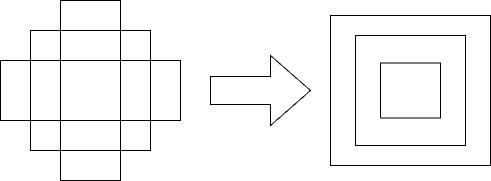
Earlier version of the draw.io export algorithm2.png (johnran103/diagrams). Source tidied: cells renumbered, new cells last; positions are measured from the earlier drawing's top-left corner, leaving out a move shared by most shapes.
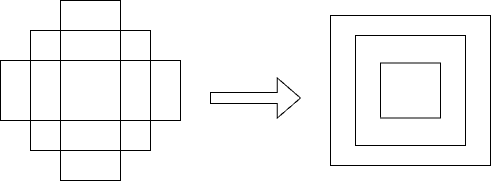
After the change.

Diff of the diagram source:
```diff
@@ -11,8 +11,8 @@
     <mxCell id="4" style="rounded=0;whiteSpace=wrap;html=1;fillColor=none;" parent="1" vertex="1">
       <mxGeometry y="30" width="120" height="120" as="geometry" />
     </mxCell>
-    <mxCell id="5" style="html=1;shadow=0;dashed=0;align=center;verticalAlign=middle;shape=mxgraph.arrows2.arrow;dy=0.6;dx=40;notch=0;" parent="1" vertex="1">
-      <mxGeometry x="180" y="55" width="100" height="70" as="geometry" />
+    <mxCell id="5" style="html=1;shadow=0;dashed=0;align=center;verticalAlign=middle;shape=mxgraph.arrows2.arrow;dy=0.72;dx=23.17;notch=0;" parent="1" vertex="1">
+      <mxGeometry x="180" y="77.5" width="90" height="40" as="geometry" />
     </mxCell>
     <mxCell id="6" style="rounded=0;whiteSpace=wrap;html=1;fillColor=default;" parent="1" vertex="1">
       <mxGeometry x="300" y="15" width="160" height="150" as="geometry" />
```
